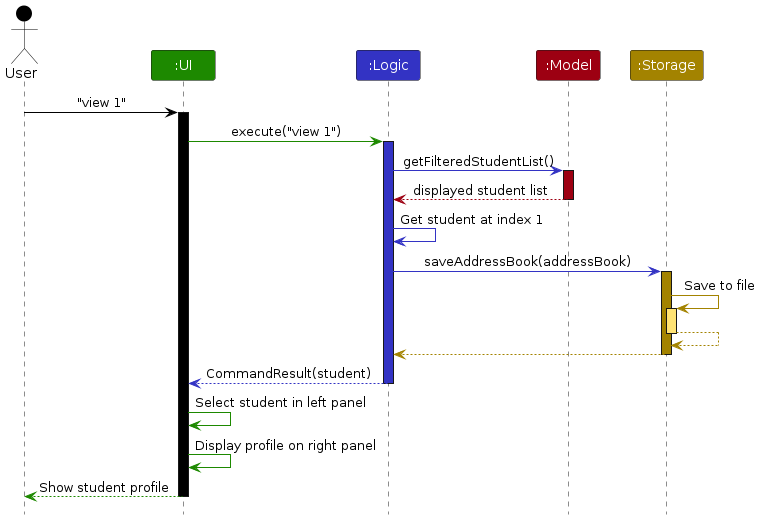
Before: diagrams/ArchitectureSequenceDiagram.png, a diagram exported from PlantUML (AY2627S1-CS2103T-F14a-1/tp). Its source is kept beside it as diagrams/ArchitectureSequenceDiagram.puml.
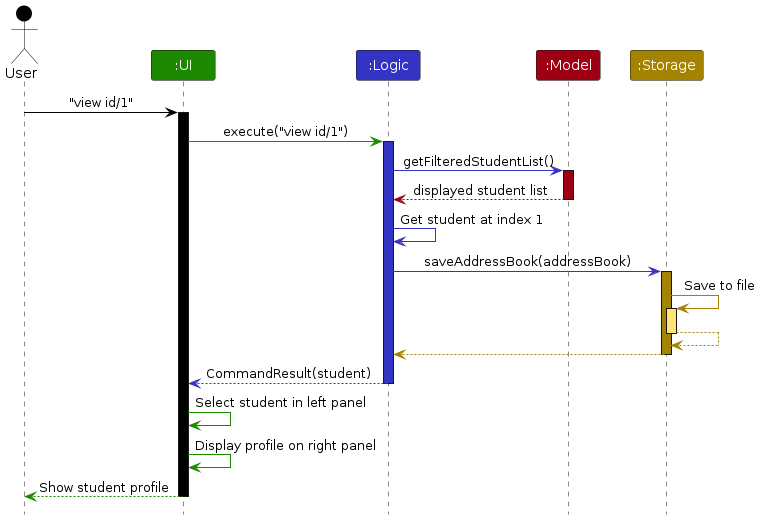
The same diagram one commit later.

The edit, as a diff of the source:
```diff
@@ -9,10 +9,10 @@
 Participant ":Model" as model MODEL_COLOR
 Participant ":Storage" as storage STORAGE_COLOR
 
-user -[USER_COLOR]> ui : "view 1"
+user -[USER_COLOR]> ui : "view id/1"
 activate ui USER_COLOR
 
-ui -[UI_COLOR]> logic : execute("view 1")
+ui -[UI_COLOR]> logic : execute("view id/1")
 activate logic LOGIC_COLOR
 
 logic -[LOGIC_COLOR]> model : getFilteredStudentList()
```
